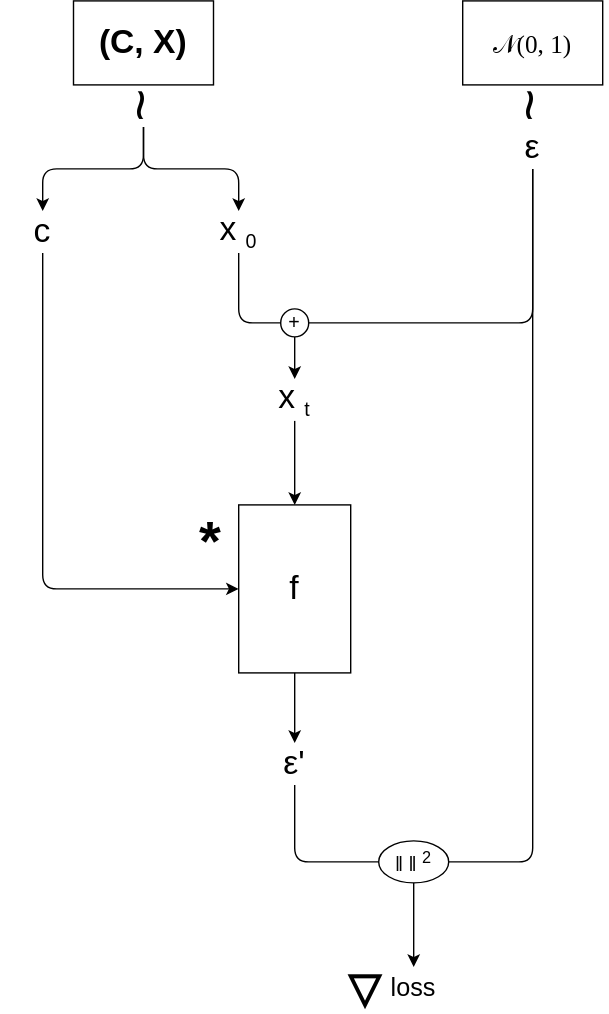
Before: source/images/diagram-diffusion-conditional.drawio.svg, a diagram exported from draw.io (k-l-lambda/k-l-lambda.github.io). Source tidied: cells renumbered, new cells last; positions are measured from the earlier drawing's top-left corner, leaving out a move shared by most shapes.
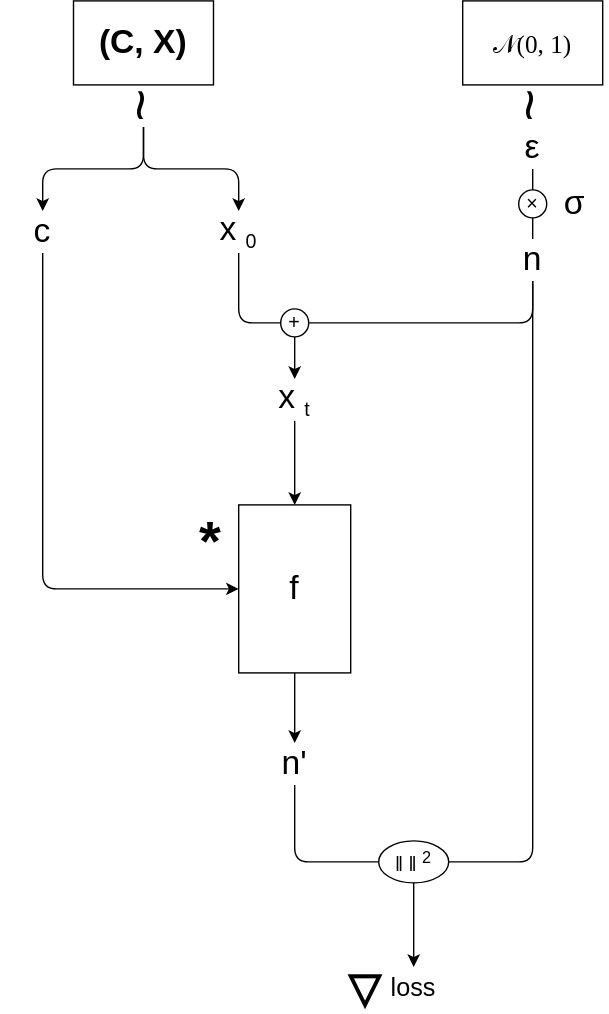
After the commit.

The edit, as a diff of the source:
```diff
@@ -14,12 +14,6 @@
     <mxCell id="5" value="x&lt;sub&gt;&lt;font style=&quot;font-size: 14px;&quot;&gt;0&lt;/font&gt;&lt;/sub&gt;" style="text;strokeColor=none;align=center;fillColor=none;html=1;verticalAlign=middle;whiteSpace=wrap;rounded=0;fontSize=24;" parent="1" vertex="1">
       <mxGeometry x="140" y="150" width="60" height="30" as="geometry" />
     </mxCell>
-    <mxCell id="6" style="edgeStyle=orthogonalEdgeStyle;html=1;exitX=0.5;exitY=1;exitDx=0;exitDy=0;entryX=1;entryY=0.5;entryDx=0;entryDy=0;fontSize=14;endArrow=none;endFill=0;" parent="1" edge="1" source="8" target="14">
-      <mxGeometry relative="1" as="geometry" />
-    </mxCell>
-    <mxCell id="7" style="edgeStyle=orthogonalEdgeStyle;html=1;exitX=0.5;exitY=1;exitDx=0;exitDy=0;entryX=1;entryY=0.5;entryDx=0;entryDy=0;fontSize=14;endArrow=none;endFill=0;" parent="1" edge="1" source="8" target="23">
-      <mxGeometry relative="1" as="geometry" />
-    </mxCell>
     <mxCell id="8" value="ε" style="text;strokeColor=none;align=center;fillColor=none;html=1;verticalAlign=middle;whiteSpace=wrap;rounded=0;fontSize=24;" parent="1" vertex="1">
       <mxGeometry x="350" y="90" width="60" height="30" as="geometry" />
     </mxCell>
@@ -59,7 +53,7 @@
     <mxCell id="20" style="edgeStyle=orthogonalEdgeStyle;html=1;exitX=0.5;exitY=1;exitDx=0;exitDy=0;entryX=0;entryY=0.5;entryDx=0;entryDy=0;fontSize=14;endArrow=none;endFill=0;" parent="1" edge="1" source="21" target="23">
       <mxGeometry relative="1" as="geometry" />
     </mxCell>
-    <mxCell id="21" value="ε'" style="text;strokeColor=none;align=center;fillColor=none;html=1;verticalAlign=middle;whiteSpace=wrap;rounded=0;fontSize=24;" parent="1" vertex="1">
+    <mxCell id="21" value="n'" style="text;strokeColor=none;align=center;fillColor=none;html=1;verticalAlign=middle;whiteSpace=wrap;rounded=0;fontSize=24;" parent="1" vertex="1">
       <mxGeometry x="180" y="530" width="60" height="30" as="geometry" />
     </mxCell>
     <mxCell id="22" style="edgeStyle=orthogonalEdgeStyle;html=1;exitX=0.5;exitY=1;exitDx=0;exitDy=0;entryX=0.5;entryY=0;entryDx=0;entryDy=0;fontSize=14;endArrow=classic;endFill=1;" parent="1" edge="1" source="18" target="21">
@@ -94,5 +88,28 @@
     <mxCell id="31" style="edgeStyle=orthogonalEdgeStyle;html=1;exitX=1;exitY=0.5;exitDx=0;exitDy=0;entryX=0.5;entryY=0;entryDx=0;entryDy=0;" parent="1" edge="1" source="3" target="5">
       <mxGeometry relative="1" as="geometry" />
     </mxCell>
+    <mxCell id="32" style="edgeStyle=orthogonalEdgeStyle;html=1;exitX=0.5;exitY=1;exitDx=0;exitDy=0;entryX=0.5;entryY=0;entryDx=0;entryDy=0;fontSize=14;endArrow=none;endFill=0;" parent="1" edge="1" target="37">
+      <mxGeometry relative="1" as="geometry">
+        <mxPoint x="380" y="120" as="sourcePoint" />
+      </mxGeometry>
+    </mxCell>
+    <mxCell id="33" style="edgeStyle=orthogonalEdgeStyle;html=1;exitX=0.5;exitY=1;exitDx=0;exitDy=0;entryX=1;entryY=0.5;entryDx=0;entryDy=0;endArrow=none;endFill=0;" parent="1" edge="1" source="35" target="14">
+      <mxGeometry relative="1" as="geometry" />
+    </mxCell>
+    <mxCell id="34" style="edgeStyle=orthogonalEdgeStyle;html=1;exitX=0.5;exitY=1;exitDx=0;exitDy=0;entryX=1;entryY=0.5;entryDx=0;entryDy=0;endArrow=none;endFill=0;" parent="1" edge="1" source="35" target="23">
+      <mxGeometry relative="1" as="geometry" />
+    </mxCell>
+    <mxCell id="35" value="n" style="text;strokeColor=none;align=center;fillColor=none;html=1;verticalAlign=middle;whiteSpace=wrap;rounded=0;fontSize=24;" parent="1" vertex="1">
+      <mxGeometry x="350" y="170" width="60" height="30" as="geometry" />
+    </mxCell>
+    <mxCell id="36" style="edgeStyle=orthogonalEdgeStyle;html=1;exitX=0.5;exitY=1;exitDx=0;exitDy=0;entryX=0.5;entryY=0;entryDx=0;entryDy=0;fontSize=14;endArrow=none;endFill=0;" parent="1" edge="1" source="37" target="35">
+      <mxGeometry relative="1" as="geometry" />
+    </mxCell>
+    <mxCell id="37" value="×" style="ellipse;whiteSpace=wrap;html=1;fontSize=14;" parent="1" vertex="1">
+      <mxGeometry x="370" y="135" width="20" height="20" as="geometry" />
+    </mxCell>
+    <mxCell id="38" value="σ" style="text;strokeColor=none;align=center;fillColor=none;html=1;verticalAlign=middle;whiteSpace=wrap;rounded=0;fontSize=24;" parent="1" vertex="1">
+      <mxGeometry x="390" y="130" width="40" height="30" as="geometry" />
+    </mxCell>
   </root>
 </mxGraphModel>
```
